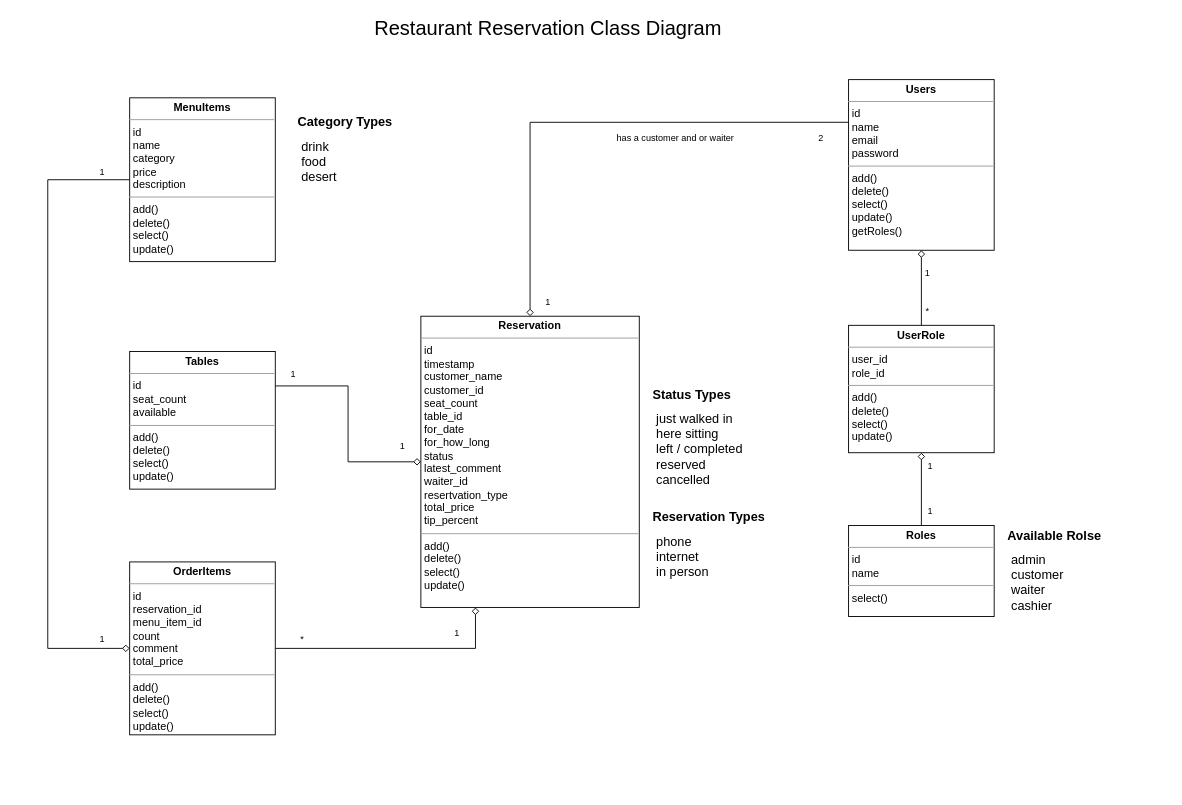
Tiinzzy/restaurant-reservation keeps this draw.io diagram as documents/final-class-diagram.drawio. Above is the earlier version. Source tidied: cells renumbered, new cells numbered last; positions are measured from the earlier drawing's top-left corner, leaving out a move shared by most shapes. Both pictures are drawn from the tidied source at 91%, with x=0, y=0 at pixel (15, 15).
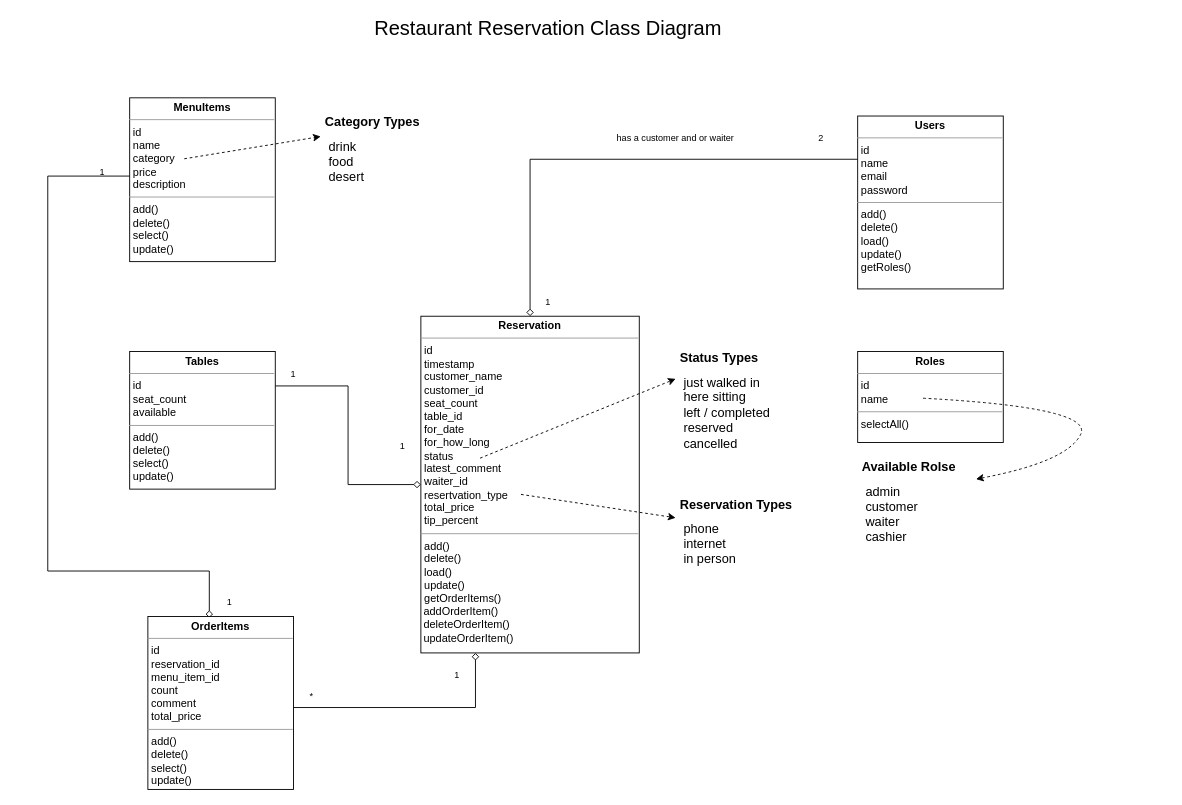
The same diagram, later.

Commit message (it also covers changes not shown here):
made some changes to class diagram and changed png

The change refers to these unchanged cells:
```xml
<mxCell id="3" value="&lt;p style=&quot;margin:0px;margin-top:4px;text-align:center;&quot;&gt;&lt;b&gt;MenuItems&lt;/b&gt;&lt;/p&gt;&lt;hr size=&quot;1&quot;&gt;&lt;p style=&quot;margin:0px;margin-left:4px;&quot;&gt;id&lt;/p&gt;&lt;p style=&quot;margin:0px;margin-left:4px;&quot;&gt;name&lt;/p&gt;&lt;p style=&quot;margin:0px;margin-left:4px;&quot;&gt;category&lt;/p&gt;&lt;p style=&quot;margin:0px;margin-left:4px;&quot;&gt;price&lt;/p&gt;&lt;p style=&quot;margin:0px;margin-left:4px;&quot;&gt;description&lt;/p&gt;&lt;hr size=&quot;1&quot;&gt;&lt;p style=&quot;margin:0px;margin-left:4px;&quot;&gt;add()&lt;/p&gt;&lt;p style=&quot;margin:0px;margin-left:4px;&quot;&gt;delete()&lt;/p&gt;&lt;p style=&quot;margin:0px;margin-left:4px;&quot;&gt;select()&lt;/p&gt;&lt;p style=&quot;margin:0px;margin-left:4px;&quot;&gt;update()&lt;/p&gt;" style="verticalAlign=top;align=left;overflow=fill;fontSize=12;fontFamily=Helvetica;html=1;rounded=0;shadow=0;comic=0;labelBackgroundColor=none;strokeWidth=1;" parent="1" vertex="1">
  <mxGeometry x="125" y="90" width="160" height="180" as="geometry" />
</mxCell>
```

What changed in the source:
```diff
@@
-    <mxCell id="5" style="group;" parent="1" vertex="1">
-      <mxGeometry x="915" y="70" width="160" height="590" as="geometry" />
-    </mxCell>
-    <mxCell id="6" value="&lt;p style=&quot;margin:0px;margin-top:4px;text-align:center;&quot;&gt;&lt;b&gt;Users&lt;/b&gt;&lt;/p&gt;&lt;hr size=&quot;1&quot;&gt;&lt;p style=&quot;margin:0px;margin-left:4px;&quot;&gt;id&lt;/p&gt;&lt;p style=&quot;margin:0px;margin-left:4px;&quot;&gt;name&lt;/p&gt;&lt;p style=&quot;margin:0px;margin-left:4px;&quot;&gt;email&lt;/p&gt;&lt;p style=&quot;margin:0px;margin-left:4px;&quot;&gt;password&lt;/p&gt;&lt;hr size=&quot;1&quot;&gt;&lt;p style=&quot;margin:0px;margin-left:4px;&quot;&gt;add()&lt;/p&gt;&lt;p style=&quot;margin:0px;margin-left:4px;&quot;&gt;delete()&lt;/p&gt;&lt;p style=&quot;margin:0px;margin-left:4px;&quot;&gt;select()&lt;/p&gt;&lt;p style=&quot;margin:0px;margin-left:4px;&quot;&gt;update()&lt;/p&gt;&lt;p style=&quot;margin:0px;margin-left:4px;&quot;&gt;getRoles()&lt;/p&gt;" style="verticalAlign=top;align=left;overflow=fill;fontSize=12;fontFamily=Helvetica;html=1;rounded=0;shadow=0;comic=0;labelBackgroundColor=none;strokeWidth=1;" parent="5" vertex="1">
-      <mxGeometry width="160" height="187.5" as="geometry" />
-    </mxCell>
-    <mxCell id="7" value="&lt;p style=&quot;margin:0px;margin-top:4px;text-align:center;&quot;&gt;&lt;b&gt;UserRole&lt;/b&gt;&lt;/p&gt;&lt;hr size=&quot;1&quot;&gt;&lt;p style=&quot;margin:0px;margin-left:4px;&quot;&gt;user_id&lt;br&gt;&lt;/p&gt;&lt;p style=&quot;margin:0px;margin-left:4px;&quot;&gt;role_id&lt;/p&gt;&lt;hr size=&quot;1&quot;&gt;&lt;p style=&quot;margin:0px;margin-left:4px;&quot;&gt;add()&lt;/p&gt;&lt;p style=&quot;margin:0px;margin-left:4px;&quot;&gt;delete()&lt;/p&gt;&lt;p style=&quot;margin:0px;margin-left:4px;&quot;&gt;select()&lt;/p&gt;&lt;p style=&quot;margin:0px;margin-left:4px;&quot;&gt;update()&lt;/p&gt;" style="verticalAlign=top;align=left;overflow=fill;fontSize=12;fontFamily=Helvetica;html=1;rounded=0;shadow=0;comic=0;labelBackgroundColor=none;strokeWidth=1;" parent="5" vertex="1">
-      <mxGeometry y="270" width="160" height="140" as="geometry" />
-    </mxCell>
-    <mxCell id="8" style="edgeStyle=orthogonalEdgeStyle;rounded=0;jettySize=auto;html=1;entryX=0.5;entryY=0;entryDx=0;entryDy=0;fontSize=22;endArrow=none;endFill=0;startArrow=diamond;startFill=0;" parent="5" edge="1" source="6" target="7">
-      <mxGeometry relative="1" as="geometry" />
-    </mxCell>
-    <mxCell id="9" value="&lt;p style=&quot;margin:0px;margin-top:4px;text-align:center;&quot;&gt;&lt;b&gt;Roles&lt;/b&gt;&lt;/p&gt;&lt;hr size=&quot;1&quot;&gt;&lt;p style=&quot;margin:0px;margin-left:4px;&quot;&gt;id&lt;/p&gt;&lt;p style=&quot;margin:0px;margin-left:4px;&quot;&gt;name&lt;span style=&quot;background-color: initial;&quot;&gt;&amp;nbsp;&lt;/span&gt;&lt;font style=&quot;background-color: initial;&quot; color=&quot;#cda2be&quot;&gt;&amp;nbsp;&amp;nbsp;&lt;/font&gt;&lt;/p&gt;&lt;hr size=&quot;1&quot;&gt;&lt;p style=&quot;margin:0px;margin-left:4px;&quot;&gt;&lt;span style=&quot;background-color: initial;&quot;&gt;select()&lt;/span&gt;&lt;/p&gt;" style="verticalAlign=top;align=left;overflow=fill;fontSize=12;fontFamily=Helvetica;html=1;rounded=0;shadow=0;comic=0;labelBackgroundColor=none;strokeWidth=1;" parent="5" vertex="1">
-      <mxGeometry y="490" width="160" height="100" as="geometry" />
-    </mxCell>
-    <mxCell id="10" value="&lt;font style=&quot;font-size: 10px;&quot;&gt;1&lt;/font&gt;" style="text;html=1;strokeColor=none;fillColor=none;align=center;verticalAlign=middle;whiteSpace=wrap;rounded=0;fontSize=22;" parent="5" vertex="1">
-      <mxGeometry x="57" y="197.5" width="60" height="22.5" as="geometry" />
-    </mxCell>
-    <mxCell id="11" value="&lt;font style=&quot;font-size: 10px;&quot;&gt;*&lt;/font&gt;" style="text;html=1;strokeColor=none;fillColor=none;align=center;verticalAlign=middle;whiteSpace=wrap;rounded=0;fontSize=22;" parent="5" vertex="1">
-      <mxGeometry x="57" y="240" width="60" height="22.5" as="geometry" />
-    </mxCell>
-    <mxCell id="12" style="edgeStyle=orthogonalEdgeStyle;rounded=0;jettySize=auto;html=1;fontSize=22;endArrow=none;endFill=0;startArrow=diamond;startFill=0;entryX=0.5;entryY=0;entryDx=0;entryDy=0;exitX=0.5;exitY=1;exitDx=0;exitDy=0;" parent="5" edge="1" source="7" target="9">
-      <mxGeometry relative="1" as="geometry" />
-    </mxCell>
-    <mxCell id="13" value="&lt;font style=&quot;font-size: 10px;&quot;&gt;1&lt;/font&gt;" style="text;html=1;strokeColor=none;fillColor=none;align=center;verticalAlign=middle;whiteSpace=wrap;rounded=0;fontSize=22;" parent="5" vertex="1">
-      <mxGeometry x="60" y="410" width="60" height="22.5" as="geometry" />
-    </mxCell>
-    <mxCell id="14" value="&lt;font style=&quot;font-size: 10px;&quot;&gt;1&lt;/font&gt;" style="text;html=1;strokeColor=none;fillColor=none;align=center;verticalAlign=middle;whiteSpace=wrap;rounded=0;fontSize=22;" parent="5" vertex="1">
-      <mxGeometry x="60" y="460" width="60" height="22.5" as="geometry" />
-    </mxCell>
@@
-    <mxCell id="17" value="&lt;p style=&quot;margin:0px;margin-top:4px;text-align:center;&quot;&gt;&lt;b&gt;Reservation&lt;/b&gt;&lt;/p&gt;&lt;hr size=&quot;1&quot;&gt;&lt;p style=&quot;margin:0px;margin-left:4px;&quot;&gt;id&lt;/p&gt;&lt;p style=&quot;margin:0px;margin-left:4px;&quot;&gt;timestamp&lt;/p&gt;&lt;p style=&quot;margin:0px;margin-left:4px;&quot;&gt;customer_name&lt;/p&gt;&lt;p style=&quot;margin:0px;margin-left:4px;&quot;&gt;customer_id&lt;/p&gt;&lt;p style=&quot;margin:0px;margin-left:4px;&quot;&gt;seat_count&lt;/p&gt;&lt;p style=&quot;margin:0px;margin-left:4px;&quot;&gt;&lt;span style=&quot;background-color: initial;&quot;&gt;table_id&lt;/span&gt;&lt;br&gt;&lt;/p&gt;&lt;p style=&quot;margin:0px;margin-left:4px;&quot;&gt;for_date&lt;/p&gt;&lt;p style=&quot;margin:0px;margin-left:4px;&quot;&gt;for_how_long&lt;/p&gt;&lt;p style=&quot;margin:0px;margin-left:4px;&quot;&gt;status&lt;/p&gt;&lt;p style=&quot;margin:0px;margin-left:4px;&quot;&gt;latest_comment&lt;/p&gt;&lt;p style=&quot;margin:0px;margin-left:4px;&quot;&gt;waiter_id&lt;/p&gt;&lt;p style=&quot;margin:0px;margin-left:4px;&quot;&gt;resertvation_type&amp;nbsp;&lt;/p&gt;&lt;p style=&quot;margin:0px;margin-left:4px;&quot;&gt;total_price&lt;/p&gt;&lt;p style=&quot;margin:0px;margin-left:4px;&quot;&gt;tip_percent&lt;/p&gt;&lt;hr size=&quot;1&quot;&gt;&lt;p style=&quot;margin:0px;margin-left:4px;&quot;&gt;add()&lt;/p&gt;&lt;p style=&quot;margin:0px;margin-left:4px;&quot;&gt;delete()&lt;/p&gt;&lt;p style=&quot;margin:0px;margin-left:4px;&quot;&gt;select()&lt;/p&gt;&lt;p style=&quot;margin:0px;margin-left:4px;&quot;&gt;update()&lt;/p&gt;" style="verticalAlign=top;align=left;overflow=fill;fontSize=12;fontFamily=Helvetica;html=1;rounded=0;shadow=0;comic=0;labelBackgroundColor=none;strokeWidth=1;" parent="1" vertex="1">
-      <mxGeometry x="445" y="330" width="240" height="320" as="geometry" />
+    <mxCell id="17" value="&lt;p style=&quot;margin:0px;margin-top:4px;text-align:center;&quot;&gt;&lt;b&gt;Reservation&lt;/b&gt;&lt;/p&gt;&lt;hr size=&quot;1&quot;&gt;&lt;p style=&quot;margin:0px;margin-left:4px;&quot;&gt;id&lt;/p&gt;&lt;p style=&quot;margin:0px;margin-left:4px;&quot;&gt;timestamp&lt;/p&gt;&lt;p style=&quot;margin:0px;margin-left:4px;&quot;&gt;customer_name&lt;/p&gt;&lt;p style=&quot;margin:0px;margin-left:4px;&quot;&gt;customer_id&lt;/p&gt;&lt;p style=&quot;margin:0px;margin-left:4px;&quot;&gt;seat_count&lt;/p&gt;&lt;p style=&quot;margin:0px;margin-left:4px;&quot;&gt;&lt;span style=&quot;background-color: initial;&quot;&gt;table_id&lt;/span&gt;&lt;br&gt;&lt;/p&gt;&lt;p style=&quot;margin:0px;margin-left:4px;&quot;&gt;for_date&lt;/p&gt;&lt;p style=&quot;margin:0px;margin-left:4px;&quot;&gt;for_how_long&lt;/p&gt;&lt;p style=&quot;margin:0px;margin-left:4px;&quot;&gt;status&lt;/p&gt;&lt;p style=&quot;margin:0px;margin-left:4px;&quot;&gt;latest_comment&lt;/p&gt;&lt;p style=&quot;margin:0px;margin-left:4px;&quot;&gt;waiter_id&lt;/p&gt;&lt;p style=&quot;margin:0px;margin-left:4px;&quot;&gt;resertvation_type&amp;nbsp;&lt;/p&gt;&lt;p style=&quot;margin:0px;margin-left:4px;&quot;&gt;total_price&lt;/p&gt;&lt;p style=&quot;margin:0px;margin-left:4px;&quot;&gt;tip_percent&lt;/p&gt;&lt;hr size=&quot;1&quot;&gt;&lt;p style=&quot;margin:0px;margin-left:4px;&quot;&gt;add()&lt;/p&gt;&lt;p style=&quot;margin:0px;margin-left:4px;&quot;&gt;delete()&lt;/p&gt;&lt;p style=&quot;margin:0px;margin-left:4px;&quot;&gt;load()&lt;/p&gt;&lt;p style=&quot;margin:0px;margin-left:4px;&quot;&gt;update()&lt;/p&gt;&lt;p style=&quot;margin:0px;margin-left:4px;&quot;&gt;getOrderItems()&lt;/p&gt;&lt;p style=&quot;margin:0px;margin-left:4px;&quot;&gt;&lt;/p&gt;&amp;nbsp;addOrderItem()&lt;br&gt;&amp;nbsp;deleteOrderItem()&lt;br&gt;&amp;nbsp;updateOrderItem()" style="verticalAlign=top;align=left;overflow=fill;fontSize=12;fontFamily=Helvetica;html=1;rounded=0;shadow=0;comic=0;labelBackgroundColor=none;strokeWidth=1;" parent="1" vertex="1">
+      <mxGeometry x="445" y="330" width="240" height="370" as="geometry" />
     </mxCell>
     <mxCell id="18" value="&lt;h1 style=&quot;font-size: 14px;&quot;&gt;&lt;font style=&quot;font-size: 14px;&quot;&gt;Status Types&lt;/font&gt;&lt;/h1&gt;&lt;p style=&quot;border-color: var(--border-color); margin: 0px 0px 0px 4px; font-size: 14px;&quot;&gt;&lt;font style=&quot;font-size: 14px;&quot;&gt;just walked in&lt;/font&gt;&lt;/p&gt;&lt;p style=&quot;border-color: var(--border-color); margin: 0px 0px 0px 4px; font-size: 14px;&quot;&gt;&lt;font style=&quot;font-size: 14px;&quot;&gt;here sitting&lt;/font&gt;&lt;/p&gt;&lt;p style=&quot;border-color: var(--border-color); margin: 0px 0px 0px 4px; font-size: 14px;&quot;&gt;&lt;font style=&quot;font-size: 14px;&quot;&gt;left / completed&lt;/font&gt;&lt;/p&gt;&lt;p style=&quot;border-color: var(--border-color); margin: 0px 0px 0px 4px; font-size: 14px;&quot;&gt;&lt;font style=&quot;font-size: 14px;&quot;&gt;reserved&lt;/font&gt;&lt;/p&gt;&lt;p style=&quot;border-color: var(--border-color); margin: 0px 0px 0px 4px; font-size: 14px;&quot;&gt;&lt;font style=&quot;font-size: 14px;&quot;&gt;cancelled&lt;/font&gt;&lt;/p&gt;" style="text;html=1;strokeColor=none;fillColor=none;spacing=5;spacingTop=-20;whiteSpace=wrap;overflow=hidden;rounded=0;fontSize=10;" parent="1" vertex="1">
-      <mxGeometry x="695" y="408.8" width="190" height="120" as="geometry" />
+      <mxGeometry x="725" y="368.8" width="140" height="120" as="geometry" />
     </mxCell>
     <mxCell id="19" value="&lt;h1 style=&quot;font-size: 14px;&quot;&gt;&lt;font style=&quot;font-size: 14px;&quot;&gt;Category Types&lt;/font&gt;&lt;/h1&gt;&lt;p style=&quot;border-color: var(--border-color); margin: 0px 0px 0px 4px; font-size: 14px;&quot;&gt;drink&lt;/p&gt;&lt;p style=&quot;border-color: var(--border-color); margin: 0px 0px 0px 4px; font-size: 14px;&quot;&gt;food&lt;/p&gt;&lt;p style=&quot;border-color: var(--border-color); margin: 0px 0px 0px 4px; font-size: 14px;&quot;&gt;desert&lt;/p&gt;" style="text;html=1;strokeColor=none;fillColor=none;spacing=5;spacingTop=-20;whiteSpace=wrap;overflow=hidden;rounded=0;fontSize=10;" parent="1" vertex="1">
-      <mxGeometry x="305" y="110" width="140" height="90" as="geometry" />
+      <mxGeometry x="335" y="110" width="140" height="90" as="geometry" />
     </mxCell>
@@
     <mxCell id="25" style="edgeStyle=orthogonalEdgeStyle;rounded=0;jettySize=auto;html=1;fontSize=14;startArrow=diamond;startFill=0;endArrow=none;endFill=0;exitX=0.25;exitY=1;exitDx=0;exitDy=0;entryX=1;entryY=0.5;entryDx=0;entryDy=0;" parent="1" edge="1" source="17" target="27">
-      <mxGeometry relative="1" as="geometry" />
+      <mxGeometry relative="1" as="geometry">
+        <Array as="points">
+          <mxPoint x="505" y="760" />
+          <mxPoint x="265" y="760" />
+        </Array>
+      </mxGeometry>
     </mxCell>
-    <mxCell id="26" style="edgeStyle=orthogonalEdgeStyle;rounded=0;jettySize=auto;html=1;entryX=0;entryY=0.5;entryDx=0;entryDy=0;fontSize=14;startArrow=diamond;startFill=0;endArrow=none;endFill=0;exitX=0;exitY=0.5;exitDx=0;exitDy=0;" parent="1" edge="1" source="27" target="3">
+    <mxCell id="26" style="edgeStyle=orthogonalEdgeStyle;rounded=0;jettySize=auto;html=1;entryX=0;entryY=0.5;entryDx=0;entryDy=0;fontSize=14;startArrow=diamond;startFill=0;endArrow=none;endFill=0;exitX=0.422;exitY=0.008;exitDx=0;exitDy=0;exitPerimeter=0;" parent="1" edge="1" source="27">
       <mxGeometry relative="1" as="geometry">
+        <mxPoint x="125" y="176" as="targetPoint" />
         <Array as="points">
-          <mxPoint x="35" y="695" />
-          <mxPoint x="35" y="180" />
+          <mxPoint x="213" y="610" />
+          <mxPoint x="35" y="610" />
+          <mxPoint x="35" y="176" />
         </Array>
       </mxGeometry>
     </mxCell>
     <mxCell id="27" value="&lt;p style=&quot;margin:0px;margin-top:4px;text-align:center;&quot;&gt;&lt;b&gt;OrderItems&lt;/b&gt;&lt;/p&gt;&lt;hr size=&quot;1&quot;&gt;&lt;p style=&quot;margin:0px;margin-left:4px;&quot;&gt;&lt;span style=&quot;background-color: initial;&quot;&gt;id&lt;/span&gt;&lt;/p&gt;&lt;p style=&quot;margin:0px;margin-left:4px;&quot;&gt;&lt;span style=&quot;background-color: initial;&quot;&gt;reservation_id&lt;/span&gt;&lt;/p&gt;&lt;p style=&quot;margin:0px;margin-left:4px;&quot;&gt;menu_item_id&lt;/p&gt;&lt;p style=&quot;margin:0px;margin-left:4px;&quot;&gt;count&lt;/p&gt;&lt;p style=&quot;margin:0px;margin-left:4px;&quot;&gt;comment&lt;/p&gt;&lt;p style=&quot;margin:0px;margin-left:4px;&quot;&gt;total_price&lt;/p&gt;&lt;hr size=&quot;1&quot;&gt;&lt;p style=&quot;margin:0px;margin-left:4px;&quot;&gt;add()&lt;/p&gt;&lt;p style=&quot;margin:0px;margin-left:4px;&quot;&gt;delete()&lt;/p&gt;&lt;p style=&quot;margin:0px;margin-left:4px;&quot;&gt;select()&lt;/p&gt;&lt;p style=&quot;margin:0px;margin-left:4px;&quot;&gt;update()&lt;/p&gt;" style="verticalAlign=top;align=left;overflow=fill;fontSize=12;fontFamily=Helvetica;html=1;rounded=0;shadow=0;comic=0;labelBackgroundColor=none;strokeWidth=1;" parent="1" vertex="1">
-      <mxGeometry x="125" y="600" width="160" height="190" as="geometry" />
+      <mxGeometry x="145" y="660" width="160" height="190" as="geometry" />
     </mxCell>
     <mxCell id="28" value="&lt;font style=&quot;font-size: 10px;&quot;&gt;1&lt;/font&gt;" style="text;html=1;strokeColor=none;fillColor=none;align=center;verticalAlign=middle;whiteSpace=wrap;rounded=0;fontSize=22;" parent="1" vertex="1">
-      <mxGeometry x="455" y="664" width="60" height="22.5" as="geometry" />
+      <mxGeometry x="455" y="710" width="60" height="22.5" as="geometry" />
     </mxCell>
     <mxCell id="29" value="&lt;font style=&quot;font-size: 10px;&quot;&gt;*&lt;/font&gt;" style="text;html=1;strokeColor=none;fillColor=none;align=center;verticalAlign=middle;whiteSpace=wrap;rounded=0;fontSize=22;" parent="1" vertex="1">
-      <mxGeometry x="285" y="670" width="60" height="22.5" as="geometry" />
+      <mxGeometry x="295" y="732.5" width="60" height="22.5" as="geometry" />
     </mxCell>
     <mxCell id="30" value="&lt;font style=&quot;font-size: 10px;&quot;&gt;1&lt;/font&gt;" style="text;html=1;strokeColor=none;fillColor=none;align=center;verticalAlign=middle;whiteSpace=wrap;rounded=0;fontSize=22;" parent="1" vertex="1">
-      <mxGeometry x="65" y="670" width="60" height="22.5" as="geometry" />
+      <mxGeometry x="205" y="630" width="60" height="22.5" as="geometry" />
     </mxCell>
@@
     <mxCell id="32" value="&lt;h1 style=&quot;font-size: 14px;&quot;&gt;&lt;font style=&quot;font-size: 14px;&quot;&gt;Reservation Types&lt;/font&gt;&lt;/h1&gt;&lt;p style=&quot;border-color: var(--border-color); margin: 0px 0px 0px 4px; font-size: 14px;&quot;&gt;phone&lt;/p&gt;&lt;p style=&quot;border-color: var(--border-color); margin: 0px 0px 0px 4px; font-size: 14px;&quot;&gt;internet&lt;/p&gt;&lt;p style=&quot;border-color: var(--border-color); margin: 0px 0px 0px 4px; font-size: 14px;&quot;&gt;in person&lt;/p&gt;" style="text;html=1;strokeColor=none;fillColor=none;spacing=5;spacingTop=-20;whiteSpace=wrap;overflow=hidden;rounded=0;fontSize=10;" parent="1" vertex="1">
-      <mxGeometry x="695" y="544" width="190" height="86" as="geometry" />
+      <mxGeometry x="725" y="530" width="190" height="86" as="geometry" />
     </mxCell>
     <mxCell id="33" value="&lt;h1 style=&quot;font-size: 14px;&quot;&gt;&lt;font style=&quot;font-size: 14px;&quot;&gt;Available Rolse&lt;/font&gt;&lt;/h1&gt;&lt;p style=&quot;border-color: var(--border-color); margin: 0px 0px 0px 4px; font-size: 14px;&quot;&gt;admin&lt;/p&gt;&lt;p style=&quot;border-color: var(--border-color); margin: 0px 0px 0px 4px; font-size: 14px;&quot;&gt;customer&lt;/p&gt;&lt;p style=&quot;border-color: var(--border-color); margin: 0px 0px 0px 4px; font-size: 14px;&quot;&gt;waiter&lt;/p&gt;&lt;p style=&quot;border-color: var(--border-color); margin: 0px 0px 0px 4px; font-size: 14px;&quot;&gt;cashier&lt;/p&gt;" style="text;html=1;strokeColor=none;fillColor=none;spacing=5;spacingTop=-20;whiteSpace=wrap;overflow=hidden;rounded=0;fontSize=10;" parent="1" vertex="1">
-      <mxGeometry x="1085" y="564" width="180" height="96" as="geometry" />
+      <mxGeometry x="925" y="488.8" width="160" height="96" as="geometry" />
     </mxCell>
+    <mxCell id="6" value="&lt;p style=&quot;margin:0px;margin-top:4px;text-align:center;&quot;&gt;&lt;b&gt;Users&lt;/b&gt;&lt;/p&gt;&lt;hr size=&quot;1&quot;&gt;&lt;p style=&quot;margin:0px;margin-left:4px;&quot;&gt;id&lt;/p&gt;&lt;p style=&quot;margin:0px;margin-left:4px;&quot;&gt;name&lt;/p&gt;&lt;p style=&quot;margin:0px;margin-left:4px;&quot;&gt;email&lt;/p&gt;&lt;p style=&quot;margin:0px;margin-left:4px;&quot;&gt;password&lt;/p&gt;&lt;hr size=&quot;1&quot;&gt;&lt;p style=&quot;margin:0px;margin-left:4px;&quot;&gt;add()&lt;/p&gt;&lt;p style=&quot;margin:0px;margin-left:4px;&quot;&gt;delete()&lt;/p&gt;&lt;p style=&quot;margin:0px;margin-left:4px;&quot;&gt;load()&lt;/p&gt;&lt;p style=&quot;margin:0px;margin-left:4px;&quot;&gt;update()&lt;/p&gt;&lt;p style=&quot;margin:0px;margin-left:4px;&quot;&gt;getRoles()&lt;/p&gt;&lt;p style=&quot;margin:0px;margin-left:4px;&quot;&gt;&lt;br&gt;&lt;/p&gt;" style="verticalAlign=top;align=left;overflow=fill;fontSize=12;fontFamily=Helvetica;html=1;rounded=0;shadow=0;comic=0;labelBackgroundColor=none;strokeWidth=1;" parent="1" vertex="1">
+      <mxGeometry x="925" y="110" width="160" height="190" as="geometry" />
+    </mxCell>
+    <mxCell id="34" style="endArrow=classic;html=1;rounded=0;entryX=0;entryY=0.25;entryDx=0;entryDy=0;dashed=1;" parent="1" edge="1" target="18">
+      <mxGeometry relative="1" as="geometry">
+        <mxPoint x="510" y="486" as="sourcePoint" />
+      </mxGeometry>
+    </mxCell>
+    <mxCell id="35" style="endArrow=classic;html=1;rounded=0;entryX=0;entryY=0.25;entryDx=0;entryDy=0;dashed=1;" parent="1" edge="1" target="32">
+      <mxGeometry relative="1" as="geometry">
+        <mxPoint x="555" y="525.8" as="sourcePoint" />
+      </mxGeometry>
+    </mxCell>
+    <mxCell id="36" style="endArrow=classic;html=1;rounded=0;dashed=1;entryX=0;entryY=0.25;entryDx=0;entryDy=0;" parent="1" edge="1" target="19">
+      <mxGeometry relative="1" as="geometry">
+        <mxPoint x="185" y="157" as="sourcePoint" />
+      </mxGeometry>
+    </mxCell>
+    <mxCell id="37" value="&lt;p style=&quot;margin:0px;margin-top:4px;text-align:center;&quot;&gt;&lt;b&gt;Roles&lt;/b&gt;&lt;/p&gt;&lt;hr size=&quot;1&quot;&gt;&lt;p style=&quot;margin:0px;margin-left:4px;&quot;&gt;id&lt;/p&gt;&lt;p style=&quot;margin:0px;margin-left:4px;&quot;&gt;name&lt;/p&gt;&lt;hr size=&quot;1&quot;&gt;&lt;p style=&quot;margin:0px;margin-left:4px;&quot;&gt;&lt;span style=&quot;background-color: initial;&quot;&gt;selectAll()&lt;/span&gt;&lt;/p&gt;" style="verticalAlign=top;align=left;overflow=fill;fontSize=12;fontFamily=Helvetica;html=1;rounded=0;shadow=0;comic=0;labelBackgroundColor=none;strokeWidth=1;" parent="1" vertex="1">
+      <mxGeometry x="925" y="368.8" width="160" height="100" as="geometry" />
+    </mxCell>
+    <mxCell id="38" style="curved=1;endArrow=none;html=1;rounded=0;dashed=1;endFill=0;startArrow=classic;startFill=1;" parent="1" edge="1">
+      <mxGeometry relative="1" as="geometry">
+        <mxPoint x="1055" y="509" as="sourcePoint" />
+        <mxPoint x="995" y="420" as="targetPoint" />
+        <Array as="points">
+          <mxPoint x="1155" y="490" />
+          <mxPoint x="1185" y="430" />
+        </Array>
+      </mxGeometry>
+    </mxCell>
```
